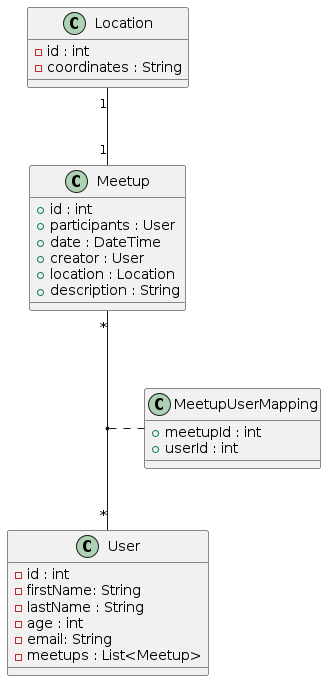
This is images/diagram-classes.png from 2223-3bhif-syp/02-projekte-mopedmeetup, a PlantUML export, as it was before one commit.
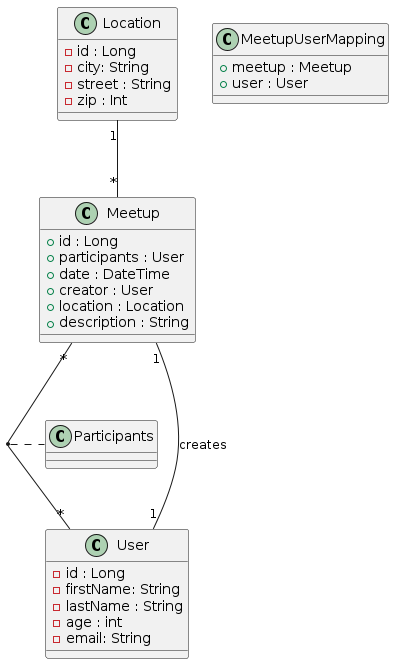
The same file after the commit.

Diff of the diagram source:
```diff
@@ -1,14 +1,13 @@
 @startuml
 class User {
-    - id : int
+    - id : Long
     - firstName: String
     - lastName : String
     - age : int
     - email: String
-    - meetups : List<Meetup>
 }
 class Meetup {
-    + id : int
+    + id : Long
     + participants : User
     + date : DateTime
     + creator : User
@@ -17,18 +16,21 @@
 }
 
 class Location {
-    - id : int
-    - coordinates : String
+    - id : Long
+    - city: String
+    - street : String
+    - zip : Int
 }
 
 class MeetupUserMapping {
-    + meetupId : int
-    + userId : int
+    + meetup : Meetup
+    + user : User
 }
 
 
 
+Location "1"--"*" Meetup : ""
+Meetup "1"--"1" User : "creates"
 Meetup "*"--"*" User : ""
-Location "1"--"1" Meetup : ""
-(User, Meetup) .. MeetupUserMapping
+(User, Meetup) .. Participants
 @enduml
```
